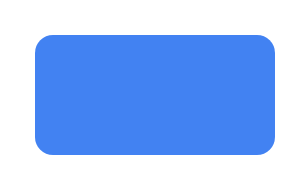
windherd/draw.io keeps this draw.io diagram as 测试.drawio. Above is the earlier version. Source tidied: cells renumbered, new cells numbered last; positions are measured from the earlier drawing's top-left corner, leaving out a move shared by most shapes. Both pictures are drawn from the tidied source at 200%, with x=0, y=0 at pixel (34, 34).
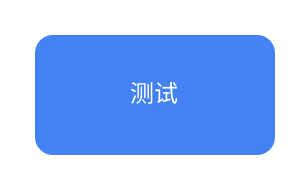
After the change.

Change to the diagram source:
```diff
@@
 <mxGraphModel>
   <root>
     <mxCell id="0" />
     <mxCell id="1" parent="0" />
-    <mxCell id="2" style="rounded=1;whiteSpace=wrap;html=1;strokeWidth=2;fillColor=#4282f2;strokeColor=none;" parent="1" vertex="1">
+    <mxCell id="2" value="&lt;font color=&quot;#ffffff&quot;&gt;测试&lt;/font&gt;" style="rounded=1;whiteSpace=wrap;html=1;strokeWidth=2;fillColor=#4282f2;strokeColor=none;" parent="1" vertex="1">
       <mxGeometry width="120" height="60" as="geometry" />
     </mxCell>
   </root>
 </mxGraphModel>
```
